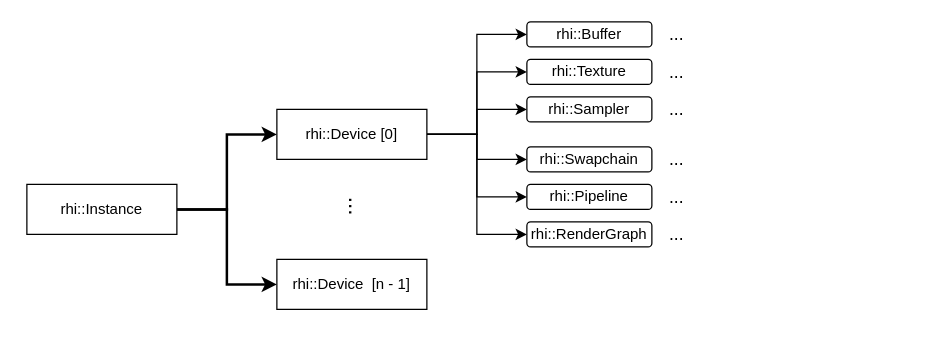
This is page "Page-1" (1 of 3) of images/drawio_sources/rhi.drawio from tralf-strues/bachelor-thesis, a draw.io file, before an edit. Source tidied: cells renumbered, new cells numbered last; positions are measured from the earlier drawing's top-left corner, leaving out a move shared by most shapes. Both pictures are drawn from the tidied source at 125%, with x=0, y=0 at pixel (26, 21).
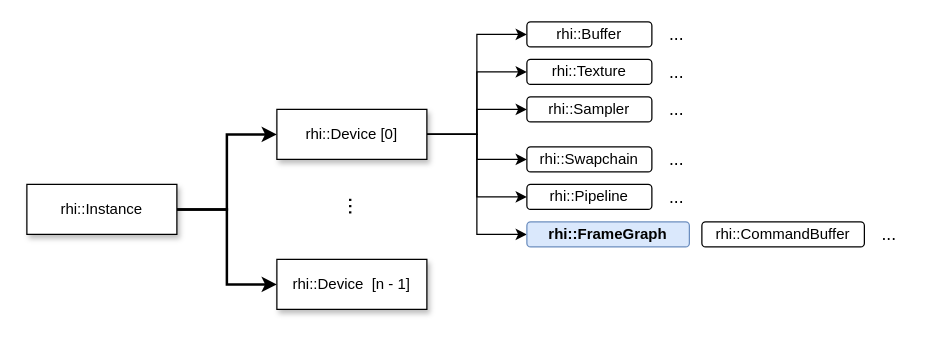
After the change.

Diff of the diagram source:
```diff
@@
-    <mxCell id="4" value="rhi::Instance" style="rounded=0;whiteSpace=wrap;html=1;fontFamily=Helvetica;" parent="1" vertex="1">
+    <mxCell id="4" value="rhi::Instance" style="rounded=0;whiteSpace=wrap;html=1;fontFamily=Helvetica;shadow=1;" parent="1" vertex="1">
       <mxGeometry y="130" width="120" height="40" as="geometry" />
     </mxCell>
@@
-    <mxCell id="11" value="rhi::Device [0]" style="rounded=0;whiteSpace=wrap;html=1;fontFamily=Helvetica;" parent="1" vertex="1">
+    <mxCell id="11" value="rhi::Device [0]" style="rounded=0;whiteSpace=wrap;html=1;fontFamily=Helvetica;shadow=1;" parent="1" vertex="1">
       <mxGeometry x="200" y="70" width="120" height="40" as="geometry" />
     </mxCell>
-    <mxCell id="12" value="rhi::Device&amp;nbsp;&amp;nbsp;[n - 1]" style="rounded=0;whiteSpace=wrap;html=1;fontFamily=Helvetica;" parent="1" vertex="1">
+    <mxCell id="12" value="rhi::Device&amp;nbsp;&amp;nbsp;[n - 1]" style="rounded=0;whiteSpace=wrap;html=1;fontFamily=Helvetica;shadow=1;" parent="1" vertex="1">
       <mxGeometry x="200" y="190" width="120" height="40" as="geometry" />
     </mxCell>
@@
-    <mxCell id="19" value="&lt;font&gt;rhi::RenderGraph&lt;/font&gt;" style="rounded=1;whiteSpace=wrap;html=1;fontFamily=Helvetica;" parent="1" vertex="1">
-      <mxGeometry x="400" y="160" width="100" height="20" as="geometry" />
+    <mxCell id="19" value="&lt;font&gt;&lt;b&gt;rhi::FrameGraph&lt;/b&gt;&lt;/font&gt;" style="rounded=1;whiteSpace=wrap;html=1;fontFamily=Helvetica;fillColor=#dae8fc;strokeColor=#6c8ebf;" parent="1" vertex="1">
+      <mxGeometry x="400" y="160" width="130" height="20" as="geometry" />
     </mxCell>
@@
     <mxCell id="25" value="&lt;font style=&quot;font-size: 14px;&quot;&gt;...&lt;/font&gt;" style="text;html=1;align=center;verticalAlign=middle;whiteSpace=wrap;rounded=0;fontFamily=Helvetica;" parent="1" vertex="1">
-      <mxGeometry x="500" y="160" width="40" height="20" as="geometry" />
+      <mxGeometry x="670" y="160" width="40" height="20" as="geometry" />
     </mxCell>
+    <mxCell id="26" value="&lt;font&gt;rhi::CommandBuffer&lt;/font&gt;" style="rounded=1;whiteSpace=wrap;html=1;fontFamily=Helvetica;" parent="1" vertex="1">
+      <mxGeometry x="540" y="160" width="130" height="20" as="geometry" />
+    </mxCell>
```
